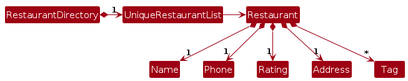
Before: diagrams/BetterModelClassDiagram.png, a diagram exported from PlantUML (AY2526S1-CS2103T-T14-3/tp). Its source is kept beside it as diagrams/BetterModelClassDiagram.puml.
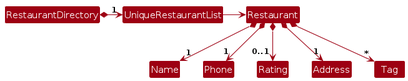
After the commit.

What changed in the source:
```diff
@@ -10,7 +10,7 @@
 
 Restaurant *--> "1" Name
 Restaurant *--> "1" Phone
-Restaurant *--> "1" Rating
+Restaurant *--> "0..1" Rating
 Restaurant *--> "1" Address
 Restaurant *--> "*" Tag
 @enduml
```
